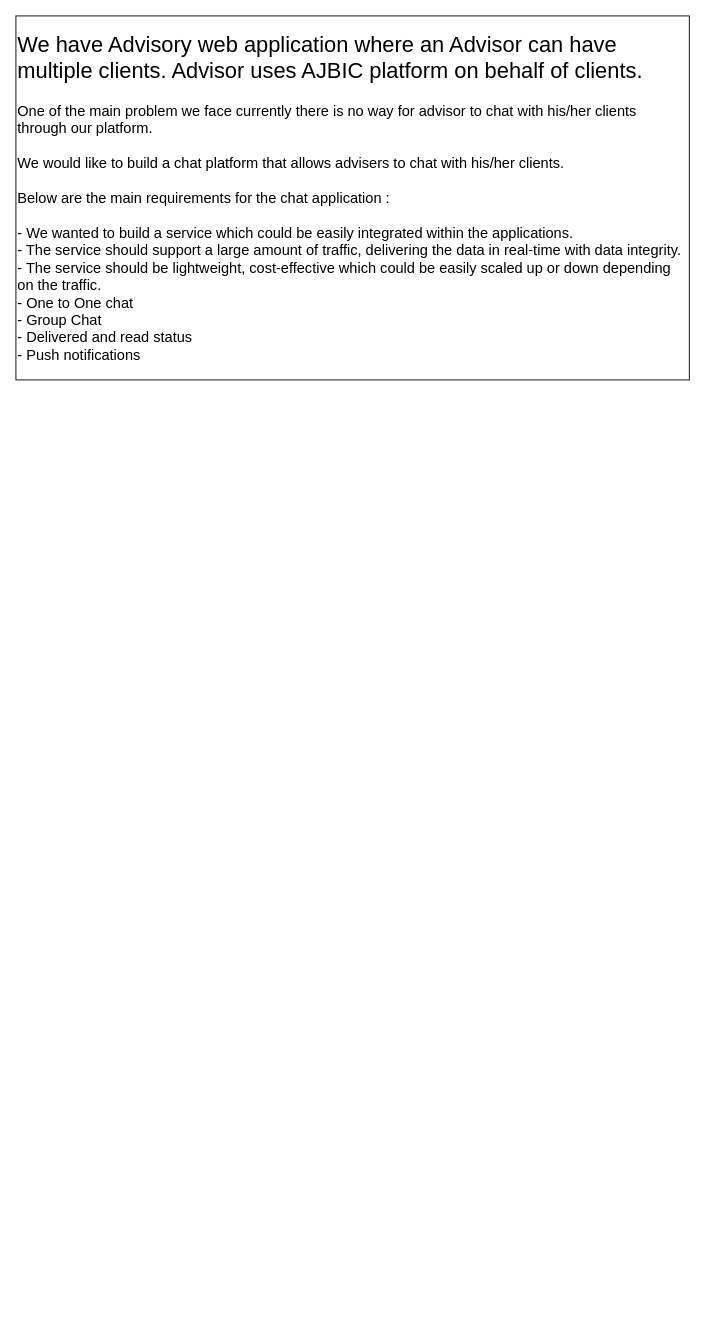
Above: steve-ross.drawio in sgbelim/vuewebpackspike (draw.io), before the change. Source tidied: cells renumbered, new cells numbered last; positions are measured from the earlier drawing's top-left corner, leaving out a move shared by most shapes. Both pictures are drawn from the tidied source at 91%, with x=0, y=0 at pixel (15, 15).
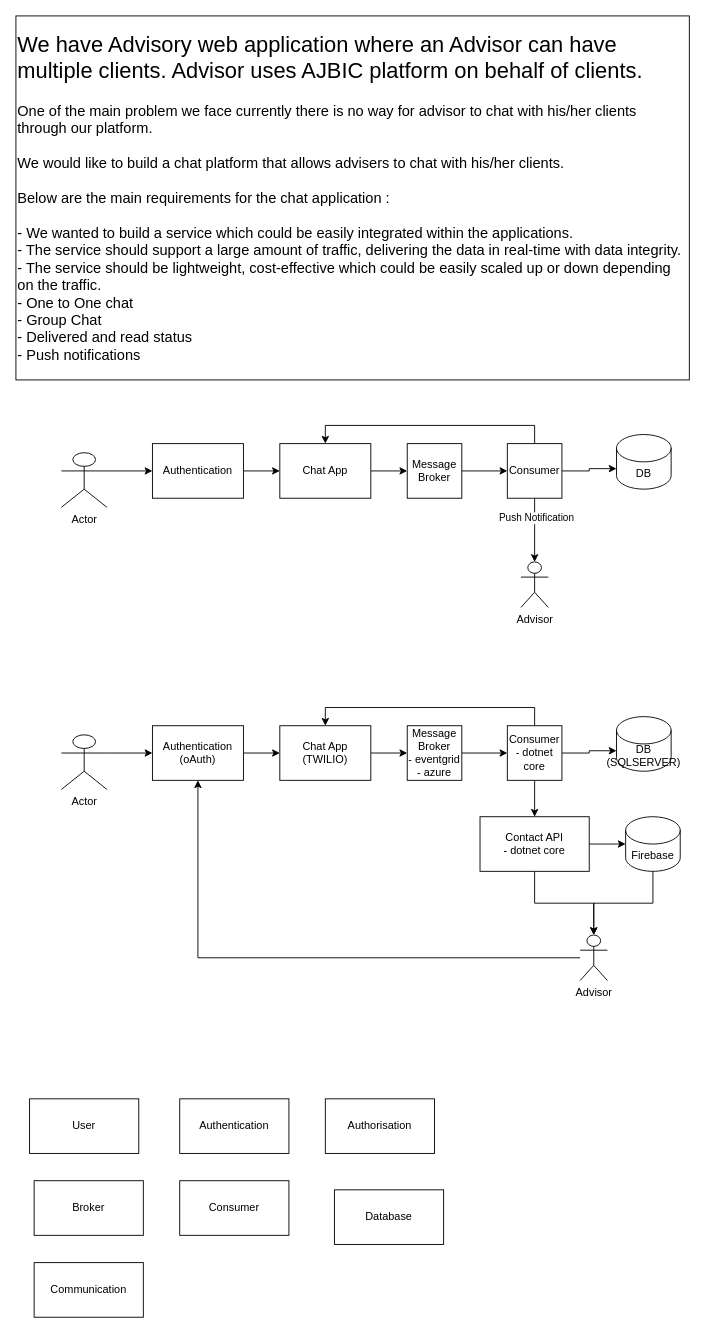
After the change.

What changed in the source:
```diff
@@
+    <mxCell id="3" style="edgeStyle=orthogonalEdgeStyle;rounded=0;jettySize=auto;html=1;exitX=1;exitY=0.5;exitDx=0;exitDy=0;entryX=0;entryY=0.5;entryDx=0;entryDy=0;" parent="1" edge="1" source="4" target="7">
+      <mxGeometry relative="1" as="geometry" />
+    </mxCell>
+    <mxCell id="4" value="Authentication" style="rounded=0;whiteSpace=wrap;html=1;" parent="1" vertex="1">
+      <mxGeometry x="150" y="470" width="100" height="60" as="geometry" />
+    </mxCell>
+    <mxCell id="5" style="endArrow=classic;html=1;exitX=1;exitY=0.3333333333333333;exitDx=0;exitDy=0;exitPerimeter=0;entryX=0;entryY=0.5;entryDx=0;entryDy=0;" parent="1" edge="1" source="12" target="4">
+      <mxGeometry relative="1" as="geometry" />
+    </mxCell>
+    <mxCell id="6" style="edgeStyle=orthogonalEdgeStyle;rounded=0;jettySize=auto;html=1;exitX=1;exitY=0.5;exitDx=0;exitDy=0;entryX=0;entryY=0.5;entryDx=0;entryDy=0;" parent="1" edge="1" source="7" target="9">
+      <mxGeometry relative="1" as="geometry" />
+    </mxCell>
+    <mxCell id="7" value="Chat App" style="rounded=0;whiteSpace=wrap;html=1;" parent="1" vertex="1">
+      <mxGeometry x="290" y="470" width="100" height="60" as="geometry" />
+    </mxCell>
+    <mxCell id="8" style="edgeStyle=orthogonalEdgeStyle;rounded=0;jettySize=auto;html=1;entryX=0;entryY=0.5;entryDx=0;entryDy=0;" parent="1" edge="1" source="9" target="17">
+      <mxGeometry relative="1" as="geometry" />
+    </mxCell>
+    <mxCell id="9" value="Message Broker" style="whiteSpace=wrap;html=1;" parent="1" vertex="1">
+      <mxGeometry x="430" y="470" width="60" height="60" as="geometry" />
+    </mxCell>
+    <mxCell id="10" value="DB" style="shape=cylinder3;whiteSpace=wrap;html=1;boundedLbl=1;backgroundOutline=1;size=15;" parent="1" vertex="1">
+      <mxGeometry x="660" y="460" width="60" height="60" as="geometry" />
+    </mxCell>
+    <mxCell id="11" value="Advisor" style="shape=umlActor;verticalLabelPosition=bottom;verticalAlign=top;html=1;outlineConnect=0;" parent="1" vertex="1">
+      <mxGeometry x="555" y="600" width="30" height="50" as="geometry" />
+    </mxCell>
+    <mxCell id="12" value="Actor" style="shape=umlActor;verticalLabelPosition=bottom;verticalAlign=top;html=1;outlineConnect=0;" parent="1" vertex="1">
+      <mxGeometry x="50" y="480" width="50" height="60" as="geometry" />
+    </mxCell>
+    <mxCell id="13" style="endArrow=classic;html=1;exitX=0.5;exitY=1;exitDx=0;exitDy=0;entryX=0.5;entryY=0;entryDx=0;entryDy=0;entryPerimeter=0;" parent="1" edge="1" source="17" target="11">
+      <mxGeometry relative="1" as="geometry" />
+    </mxCell>
+    <mxCell id="14" value="Push Notification" style="edgeLabel;html=1;align=center;verticalAlign=middle;" parent="13" vertex="1">
+      <mxGeometry x="-0.39" y="1" relative="1" as="geometry" />
+    </mxCell>
+    <mxCell id="15" style="edgeStyle=orthogonalEdgeStyle;rounded=0;jettySize=auto;html=1;entryX=0;entryY=0;entryDx=0;entryDy=37.5;entryPerimeter=0;" parent="1" edge="1" source="17" target="10">
+      <mxGeometry relative="1" as="geometry" />
+    </mxCell>
+    <mxCell id="16" style="edgeStyle=orthogonalEdgeStyle;rounded=0;jettySize=auto;html=1;entryX=0.5;entryY=0;entryDx=0;entryDy=0;" parent="1" edge="1" source="17" target="7">
+      <mxGeometry relative="1" as="geometry">
+        <Array as="points">
+          <mxPoint x="570" y="450" />
+          <mxPoint x="340" y="450" />
+        </Array>
+      </mxGeometry>
+    </mxCell>
+    <mxCell id="17" value="Consumer" style="whiteSpace=wrap;html=1;" parent="1" vertex="1">
+      <mxGeometry x="540" y="470" width="60" height="60" as="geometry" />
+    </mxCell>
+    <mxCell id="18" style="edgeStyle=orthogonalEdgeStyle;rounded=0;jettySize=auto;html=1;exitX=1;exitY=0.5;exitDx=0;exitDy=0;entryX=0;entryY=0.5;entryDx=0;entryDy=0;" parent="1" edge="1" source="19" target="22">
+      <mxGeometry relative="1" as="geometry" />
+    </mxCell>
+    <mxCell id="19" value="Authentication&lt;br&gt;(oAuth)" style="rounded=0;whiteSpace=wrap;html=1;" parent="1" vertex="1">
+      <mxGeometry x="150" y="780" width="100" height="60" as="geometry" />
+    </mxCell>
+    <mxCell id="20" style="endArrow=classic;html=1;exitX=1;exitY=0.3333333333333333;exitDx=0;exitDy=0;exitPerimeter=0;entryX=0;entryY=0.5;entryDx=0;entryDy=0;" parent="1" edge="1" source="28" target="19">
+      <mxGeometry relative="1" as="geometry" />
+    </mxCell>
+    <mxCell id="21" style="edgeStyle=orthogonalEdgeStyle;rounded=0;jettySize=auto;html=1;exitX=1;exitY=0.5;exitDx=0;exitDy=0;entryX=0;entryY=0.5;entryDx=0;entryDy=0;" parent="1" edge="1" source="22" target="24">
+      <mxGeometry relative="1" as="geometry" />
+    </mxCell>
+    <mxCell id="22" value="Chat App&lt;br&gt;(TWILIO)" style="rounded=0;whiteSpace=wrap;html=1;" parent="1" vertex="1">
+      <mxGeometry x="290" y="780" width="100" height="60" as="geometry" />
+    </mxCell>
+    <mxCell id="23" style="edgeStyle=orthogonalEdgeStyle;rounded=0;jettySize=auto;html=1;entryX=0;entryY=0.5;entryDx=0;entryDy=0;" parent="1" edge="1" source="24" target="32">
+      <mxGeometry relative="1" as="geometry" />
+    </mxCell>
+    <mxCell id="24" value="Message Broker&lt;br&gt;- eventgrid&lt;br&gt;- azure" style="whiteSpace=wrap;html=1;" parent="1" vertex="1">
+      <mxGeometry x="430" y="780" width="60" height="60" as="geometry" />
+    </mxCell>
+    <mxCell id="25" value="DB&lt;br&gt;(SQLSERVER)" style="shape=cylinder3;whiteSpace=wrap;html=1;boundedLbl=1;backgroundOutline=1;size=15;" parent="1" vertex="1">
+      <mxGeometry x="660" y="770" width="60" height="60" as="geometry" />
+    </mxCell>
+    <mxCell id="26" style="edgeStyle=orthogonalEdgeStyle;rounded=0;jettySize=auto;html=1;entryX=0.5;entryY=1;entryDx=0;entryDy=0;" parent="1" edge="1" source="27" target="19">
+      <mxGeometry relative="1" as="geometry" />
+    </mxCell>
+    <mxCell id="27" value="Advisor" style="shape=umlActor;verticalLabelPosition=bottom;verticalAlign=top;html=1;outlineConnect=0;" parent="1" vertex="1">
+      <mxGeometry x="620" y="1010" width="30" height="50" as="geometry" />
+    </mxCell>
+    <mxCell id="28" value="Actor" style="shape=umlActor;verticalLabelPosition=bottom;verticalAlign=top;html=1;outlineConnect=0;" parent="1" vertex="1">
+      <mxGeometry x="50" y="790" width="50" height="60" as="geometry" />
+    </mxCell>
+    <mxCell id="29" style="edgeStyle=orthogonalEdgeStyle;rounded=0;jettySize=auto;html=1;entryX=0;entryY=0;entryDx=0;entryDy=37.5;entryPerimeter=0;" parent="1" edge="1" source="32" target="25">
+      <mxGeometry relative="1" as="geometry" />
+    </mxCell>
+    <mxCell id="30" style="edgeStyle=orthogonalEdgeStyle;rounded=0;jettySize=auto;html=1;entryX=0.5;entryY=0;entryDx=0;entryDy=0;" parent="1" edge="1" source="32" target="22">
+      <mxGeometry relative="1" as="geometry">
+        <Array as="points">
+          <mxPoint x="570" y="760" />
+          <mxPoint x="340" y="760" />
+        </Array>
+      </mxGeometry>
+    </mxCell>
+    <mxCell id="31" style="edgeStyle=orthogonalEdgeStyle;rounded=0;jettySize=auto;html=1;entryX=0.5;entryY=0;entryDx=0;entryDy=0;" parent="1" edge="1" source="32" target="35">
+      <mxGeometry relative="1" as="geometry" />
+    </mxCell>
+    <mxCell id="32" value="Consumer&lt;br&gt;- dotnet core" style="whiteSpace=wrap;html=1;" parent="1" vertex="1">
+      <mxGeometry x="540" y="780" width="60" height="60" as="geometry" />
+    </mxCell>
+    <mxCell id="33" style="edgeStyle=orthogonalEdgeStyle;rounded=0;jettySize=auto;html=1;" parent="1" edge="1" source="35" target="27">
+      <mxGeometry relative="1" as="geometry" />
+    </mxCell>
+    <mxCell id="34" style="edgeStyle=orthogonalEdgeStyle;rounded=0;jettySize=auto;html=1;entryX=0;entryY=0.5;entryDx=0;entryDy=0;entryPerimeter=0;" parent="1" edge="1" source="35" target="37">
+      <mxGeometry relative="1" as="geometry" />
+    </mxCell>
+    <mxCell id="35" value="Contact API&lt;br&gt;- dotnet core" style="rounded=0;whiteSpace=wrap;html=1;" parent="1" vertex="1">
+      <mxGeometry x="510" y="880" width="120" height="60" as="geometry" />
+    </mxCell>
+    <mxCell id="36" style="edgeStyle=orthogonalEdgeStyle;rounded=0;jettySize=auto;html=1;exitX=0.5;exitY=1;exitDx=0;exitDy=0;exitPerimeter=0;entryX=0.5;entryY=0;entryDx=0;entryDy=0;entryPerimeter=0;" parent="1" edge="1" source="37" target="27">
+      <mxGeometry relative="1" as="geometry" />
+    </mxCell>
+    <mxCell id="37" value="Firebase" style="shape=cylinder3;whiteSpace=wrap;html=1;boundedLbl=1;backgroundOutline=1;size=15;" parent="1" vertex="1">
+      <mxGeometry x="670" y="880" width="60" height="60" as="geometry" />
+    </mxCell>
+    <mxCell id="38" value="User" style="rounded=0;whiteSpace=wrap;html=1;" parent="1" vertex="1">
+      <mxGeometry x="15" y="1190" width="120" height="60" as="geometry" />
+    </mxCell>
+    <mxCell id="39" value="Authorisation" style="rounded=0;whiteSpace=wrap;html=1;" parent="1" vertex="1">
+      <mxGeometry x="340" y="1190" width="120" height="60" as="geometry" />
+    </mxCell>
+    <mxCell id="40" value="Authentication" style="rounded=0;whiteSpace=wrap;html=1;" parent="1" vertex="1">
+      <mxGeometry x="180" y="1190" width="120" height="60" as="geometry" />
+    </mxCell>
+    <mxCell id="41" value="Broker" style="rounded=0;whiteSpace=wrap;html=1;" parent="1" vertex="1">
+      <mxGeometry x="20" y="1280" width="120" height="60" as="geometry" />
+    </mxCell>
+    <mxCell id="42" value="Consumer" style="rounded=0;whiteSpace=wrap;html=1;" parent="1" vertex="1">
+      <mxGeometry x="180" y="1280" width="120" height="60" as="geometry" />
+    </mxCell>
+    <mxCell id="43" value="Communication" style="rounded=0;whiteSpace=wrap;html=1;" parent="1" vertex="1">
+      <mxGeometry x="20" y="1370" width="120" height="60" as="geometry" />
+    </mxCell>
+    <mxCell id="44" value="Database" style="rounded=0;whiteSpace=wrap;html=1;" parent="1" vertex="1">
+      <mxGeometry x="350" y="1290" width="120" height="60" as="geometry" />
+    </mxCell>
```
